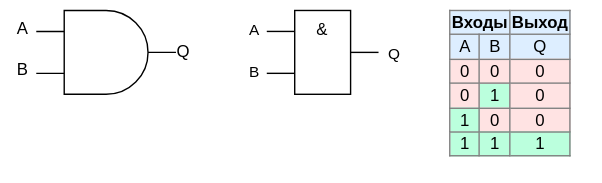
Above: .pic/Introduction/How FPGA works/fig_01.drawio.svg in MPSU/APS (draw.io), before the change. Source tidied: cells renumbered, new cells last; positions are measured from the earlier drawing's top-left corner, leaving out a move shared by most shapes.
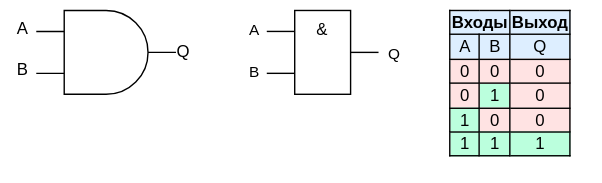
Above is the later version.

Diff of the diagram source:
```diff
@@ -47,7 +47,7 @@
     <mxCell id="12" value="&amp;amp;" style="rounded=0;whiteSpace=wrap;html=1;horizontal=1;verticalAlign=top;" parent="1" vertex="1">
       <mxGeometry x="210" y="7" width="40" height="60" as="geometry" />
     </mxCell>
-    <mxCell id="13" value="&lt;table border=&quot;1&quot; class=&quot;wikitable&quot; style=&quot;float: right; text-align: center; border: 1px solid rgb(128, 128, 128); border-collapse: collapse;&quot;&gt;&lt;tbody&gt;&lt;tr style=&quot;background:#def;&quot;&gt;&lt;td colspan=&quot;2&quot; style=&quot;border: 1px solid rgb(128, 128, 128);&quot;&gt;&lt;b&gt;Входы&lt;/b&gt;&lt;/td&gt;&lt;td style=&quot;border: 1px solid rgb(128, 128, 128);&quot;&gt;&lt;b&gt;Выход&lt;/b&gt;&lt;br&gt;&lt;/td&gt;&lt;/tr&gt;&lt;tr style=&quot;background:#def;&quot;&gt;&lt;td style=&quot;border: 1px solid rgb(128, 128, 128);&quot;&gt;A&lt;/td&gt;&lt;td style=&quot;border: 1px solid rgb(128, 128, 128);&quot;&gt;B&lt;/td&gt;&lt;td style=&quot;border: 1px solid rgb(128, 128, 128);&quot;&gt;Q&lt;br&gt;&lt;/td&gt;&lt;/tr&gt;&lt;tr&gt;&lt;td style=&quot;background: #FFE3E3; color: black; vertical-align: middle; text-align: center; border: 1px solid rgb(128, 128, 128);&quot; class=&quot;table-no2&quot;&gt;0&lt;/td&gt;&lt;td style=&quot;background: #FFE3E3; color: black; vertical-align: middle; text-align: center; border: 1px solid rgb(128, 128, 128);&quot; class=&quot;table-no2&quot;&gt;0&lt;/td&gt;&lt;td style=&quot;background: #FFE3E3; color: black; vertical-align: middle; text-align: center; border: 1px solid rgb(128, 128, 128);&quot; class=&quot;table-no2&quot;&gt;0&lt;br&gt;&lt;/td&gt;&lt;/tr&gt;&lt;tr&gt;&lt;td style=&quot;background: #FFE3E3; color: black; vertical-align: middle; text-align: center; border: 1px solid rgb(128, 128, 128);&quot; class=&quot;table-no2&quot;&gt;0&lt;/td&gt;&lt;td style=&quot;background:#bfd; color:black; vertical-align:middle; text-align:center; border: 1px solid rgb(128, 128, 128);&quot; class=&quot;table-yes2&quot;&gt;1&lt;/td&gt;&lt;td border=&quot;1&quot; style=&quot;background: rgb(255, 227, 227); color: black; vertical-align: middle; text-align: center; border-collapse: collapse; border: 1px solid rgb(128, 128, 128);&quot; class=&quot;table-no2&quot;&gt;&lt;span style=&quot;&quot;&gt;0&lt;/span&gt;&lt;br&gt;&lt;/td&gt;&lt;/tr&gt;&lt;tr&gt;&lt;td style=&quot;background:#bfd; color:black; vertical-align:middle; text-align:center; border: 1px solid rgb(128, 128, 128);&quot; class=&quot;table-yes2&quot;&gt;1&lt;/td&gt;&lt;td style=&quot;background: #FFE3E3; color: black; vertical-align: middle; text-align: center; border: 1px solid rgb(128, 128, 128);&quot; class=&quot;table-no2&quot;&gt;0&lt;/td&gt;&lt;td style=&quot;background: rgb(255, 227, 227); color: black; vertical-align: middle; text-align: center; border: 1px solid rgb(128, 128, 128);&quot; class=&quot;table-no2&quot;&gt;0&lt;br&gt;&lt;/td&gt;&lt;/tr&gt;&lt;tr&gt;&lt;td style=&quot;background:#bfd; color:black; vertical-align:middle; text-align:center; border: 1px solid rgb(128, 128, 128);&quot; class=&quot;table-yes2&quot;&gt;1&lt;/td&gt;&lt;td style=&quot;background:#bfd; color:black; vertical-align:middle; text-align:center; border: 1px solid rgb(128, 128, 128);&quot; class=&quot;table-yes2&quot;&gt;1&lt;/td&gt;&lt;td style=&quot;background: rgb(187, 255, 221); color: black; vertical-align: middle; text-align: center; border: 1px solid rgb(128, 128, 128);&quot; class=&quot;table-yes2&quot;&gt;1&lt;br&gt;&lt;/td&gt;&lt;/tr&gt;&lt;/tbody&gt;&lt;/table&gt;" style="text;whiteSpace=wrap;html=1;strokeColor=none;" parent="1" vertex="1">
+    <mxCell id="13" value="&lt;table border=&quot;1&quot; class=&quot;wikitable&quot; style=&quot;float: right; text-align: center; border: 1px solid rgb(0, 0, 0); border-collapse: collapse;&quot;&gt;&lt;tbody&gt;&lt;tr style=&quot;background:#def;&quot;&gt;&lt;td colspan=&quot;2&quot; style=&quot;border: 1px solid rgb(0, 0, 0);&quot;&gt;&lt;b&gt;Входы&lt;/b&gt;&lt;/td&gt;&lt;td style=&quot;border: 1px solid rgb(0, 0, 0);&quot;&gt;&lt;b&gt;Выход&lt;/b&gt;&lt;br&gt;&lt;/td&gt;&lt;/tr&gt;&lt;tr style=&quot;background:#def;&quot;&gt;&lt;td style=&quot;border: 1px solid rgb(0, 0, 0);&quot;&gt;A&lt;/td&gt;&lt;td style=&quot;border: 1px solid rgb(0, 0, 0);&quot;&gt;B&lt;/td&gt;&lt;td style=&quot;border: 1px solid rgb(0, 0, 0);&quot;&gt;Q&lt;br&gt;&lt;/td&gt;&lt;/tr&gt;&lt;tr&gt;&lt;td style=&quot;background: #FFE3E3; color: black; vertical-align: middle; text-align: center; border: 1px solid rgb(0, 0, 0);&quot; class=&quot;table-no2&quot;&gt;0&lt;/td&gt;&lt;td style=&quot;background: #FFE3E3; color: black; vertical-align: middle; text-align: center; border: 1px solid rgb(0, 0, 0);&quot; class=&quot;table-no2&quot;&gt;0&lt;/td&gt;&lt;td style=&quot;background: #FFE3E3; color: black; vertical-align: middle; text-align: center; border: 1px solid rgb(0, 0, 0);&quot; class=&quot;table-no2&quot;&gt;0&lt;br&gt;&lt;/td&gt;&lt;/tr&gt;&lt;tr&gt;&lt;td style=&quot;background: #FFE3E3; color: black; vertical-align: middle; text-align: center; border: 1px solid rgb(0, 0, 0);&quot; class=&quot;table-no2&quot;&gt;0&lt;/td&gt;&lt;td style=&quot;background:#bfd; color:black; vertical-align:middle; text-align:center; border: 1px solid rgb(0, 0, 0);&quot; class=&quot;table-yes2&quot;&gt;1&lt;/td&gt;&lt;td border=&quot;1&quot; style=&quot;background: rgb(255, 227, 227); color: black; vertical-align: middle; text-align: center; border-collapse: collapse; border: 1px solid rgb(0, 0, 0);&quot; class=&quot;table-no2&quot;&gt;&lt;span style=&quot;&quot;&gt;0&lt;/span&gt;&lt;br&gt;&lt;/td&gt;&lt;/tr&gt;&lt;tr&gt;&lt;td style=&quot;background:#bfd; color:black; vertical-align:middle; text-align:center; border: 1px solid rgb(0, 0, 0);&quot; class=&quot;table-yes2&quot;&gt;1&lt;/td&gt;&lt;td style=&quot;background: #FFE3E3; color: black; vertical-align: middle; text-align: center; border: 1px solid rgb(0, 0, 0);&quot; class=&quot;table-no2&quot;&gt;0&lt;/td&gt;&lt;td style=&quot;background: rgb(255, 227, 227); color: black; vertical-align: middle; text-align: center; border: 1px solid rgb(0, 0, 0);&quot; class=&quot;table-no2&quot;&gt;0&lt;br&gt;&lt;/td&gt;&lt;/tr&gt;&lt;tr&gt;&lt;td style=&quot;background:#bfd; color:black; vertical-align:middle; text-align:center; border: 1px solid rgb(0, 0, 0);&quot; class=&quot;table-yes2&quot;&gt;1&lt;/td&gt;&lt;td style=&quot;background:#bfd; color:black; vertical-align:middle; text-align:center; border: 1px solid rgb(0, 0, 0);&quot; class=&quot;table-yes2&quot;&gt;1&lt;/td&gt;&lt;td style=&quot;background: rgb(187, 255, 221); color: black; vertical-align: middle; text-align: center; border: 1px solid rgb(0, 0, 0);&quot; class=&quot;table-yes2&quot;&gt;1&lt;br&gt;&lt;/td&gt;&lt;/tr&gt;&lt;/tbody&gt;&lt;/table&gt;" style="text;whiteSpace=wrap;html=1;strokeColor=none;" parent="1" vertex="1">
       <mxGeometry x="319" width="110" height="130" as="geometry" />
     </mxCell>
   </root>
```
